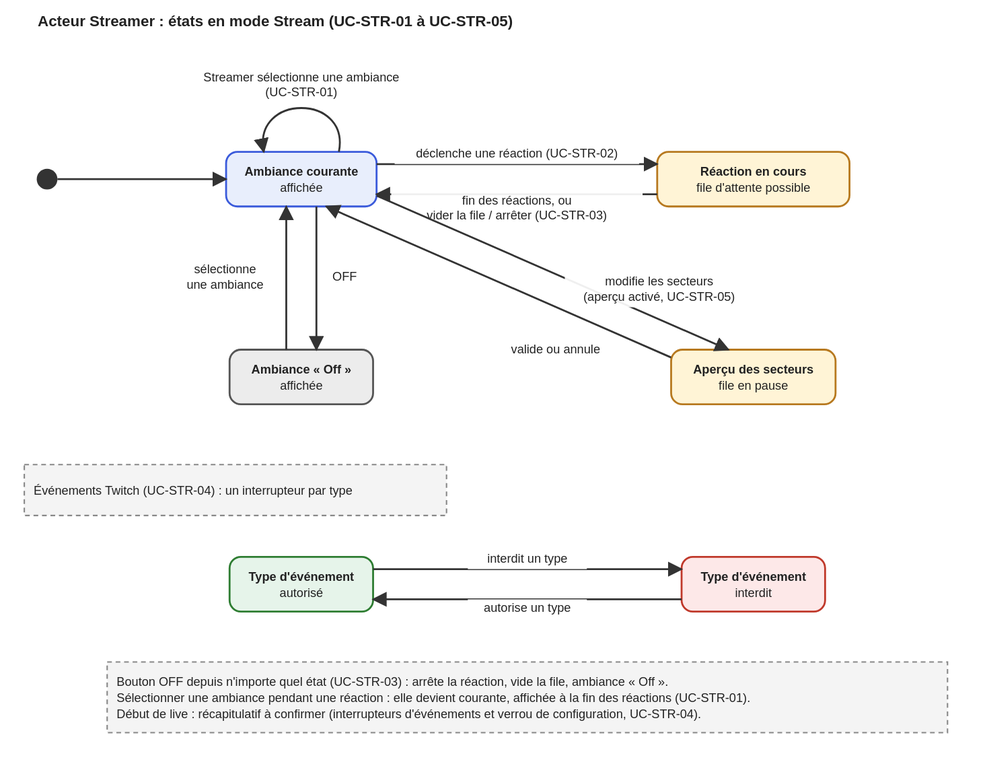
Before: docs/01-besoin/etats-streamer.drawio.svg, a diagram exported from draw.io (Has-san/Starlight). Source tidied: cells renumbered, new cells last; positions are measured from the earlier drawing's top-left corner, leaving out a move shared by most shapes.
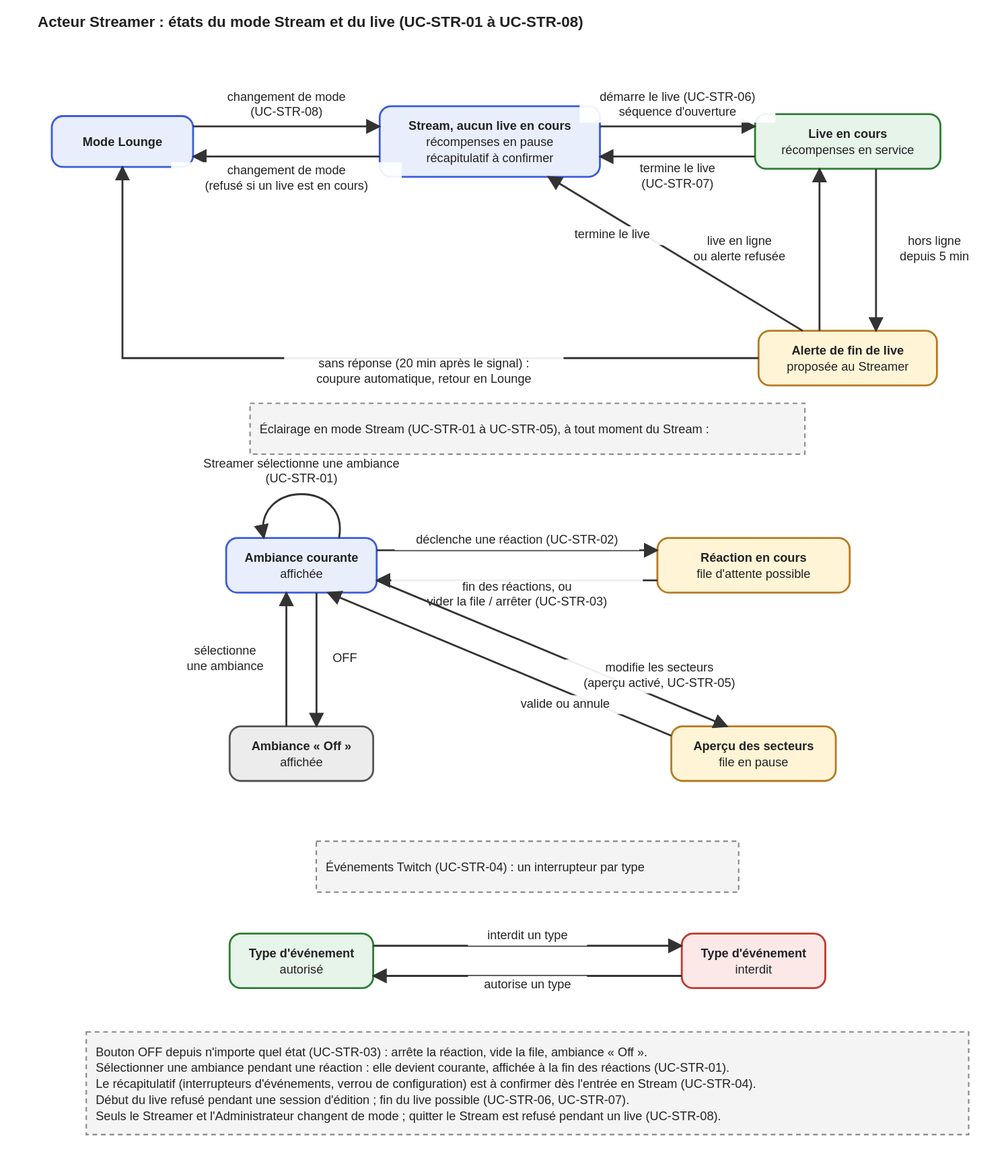
After the commit.

Commit message:
docs: mettre à jour le schéma d'états du Streamer (mode, live, alerte de fin de live)

Claude-Session: https://claude.ai/code/session_019Qt1ZNcs26i7ZgavyR8azT

Change to the diagram source:
```diff
@@ -2,107 +2,174 @@
   <root>
     <mxCell id="0" />
     <mxCell id="1" parent="0" />
-    <mxCell id="2" style="ellipse;fillColor=#333333;strokeColor=#333333;" parent="1" vertex="1">
-      <mxGeometry x="13" y="68" width="22" height="22" as="geometry" />
+    <mxCell id="2" value="Mode Lounge" style="rounded=1;whiteSpace=wrap;html=1;fillColor=#e8eefc;strokeColor=#3b5bdb;strokeWidth=2;fontSize=13;" parent="1" vertex="1">
+      <mxGeometry x="29" y="12" width="150" height="54" as="geometry" />
     </mxCell>
-    <mxCell id="3" value="Ambiance courante&lt;br&gt;affichée" style="rounded=1;whiteSpace=wrap;html=1;fillColor=#e8eefc;strokeColor=#3b5bdb;strokeWidth=2;fontSize=13;" parent="1" vertex="1">
-      <mxGeometry x="214.1" y="50" width="159.8" height="58" as="geometry" />
+    <mxCell id="3" value="Stream, aucun live en cours&lt;br&gt;récompenses en pause&lt;br&gt;récapitulatif à confirmer" style="rounded=1;whiteSpace=wrap;html=1;fillColor=#e8eefc;strokeColor=#3b5bdb;strokeWidth=2;fontSize=13;" parent="1" vertex="1">
+      <mxGeometry x="377.1" y="1.5" width="233.8" height="75" as="geometry" />
     </mxCell>
-    <mxCell id="4" value="Réaction en cours&lt;br&gt;file d'attente possible" style="rounded=1;whiteSpace=wrap;html=1;fillColor=#fff4d6;strokeColor=#b7791f;strokeWidth=2;fontSize=13;" parent="1" vertex="1">
-      <mxGeometry x="671.9" y="50" width="204.2" height="58" as="geometry" />
+    <mxCell id="4" value="Live en cours&lt;br&gt;récompenses en service" style="rounded=1;whiteSpace=wrap;html=1;fillColor=#e6f4ea;strokeColor=#2e7d32;strokeWidth=2;fontSize=13;" parent="1" vertex="1">
+      <mxGeometry x="775.6" y="10" width="196.8" height="58" as="geometry" />
     </mxCell>
-    <mxCell id="5" value="Ambiance « Off »&lt;br&gt;affichée" style="rounded=1;whiteSpace=wrap;html=1;fillColor=#ececec;strokeColor=#555555;strokeWidth=2;fontSize=13;" parent="1" vertex="1">
-      <mxGeometry x="217.8" y="260" width="152.4" height="58" as="geometry" />
+    <mxCell id="5" value="Alerte de fin de live&lt;br&gt;proposée au Streamer" style="rounded=1;whiteSpace=wrap;html=1;fillColor=#fff4d6;strokeColor=#b7791f;strokeWidth=2;fontSize=13;" parent="1" vertex="1">
+      <mxGeometry x="779.3" y="240" width="189.4" height="58" as="geometry" />
     </mxCell>
-    <mxCell id="6" value="Aperçu des secteurs&lt;br&gt;file en pause" style="rounded=1;whiteSpace=wrap;html=1;fillColor=#fff4d6;strokeColor=#b7791f;strokeWidth=2;fontSize=13;" parent="1" vertex="1">
-      <mxGeometry x="686.7" y="260" width="174.6" height="58" as="geometry" />
+    <mxCell id="6" value="Éclairage en mode Stream (UC-STR-01 à UC-STR-05), à tout moment du Stream :" style="rounded=0;dashed=1;align=left;spacingLeft=8;whiteSpace=wrap;html=1;fillColor=#f4f4f4;strokeColor=#888888;strokeWidth=2;fontSize=13;" parent="1" vertex="1">
+      <mxGeometry x="239.5" y="317" width="589" height="54" as="geometry" />
     </mxCell>
-    <mxCell id="7" value="Événements Twitch (UC-STR-04) : un interrupteur par type" style="rounded=0;dashed=1;align=left;spacingLeft=8;whiteSpace=wrap;html=1;fillColor=#f4f4f4;strokeColor=#888888;strokeWidth=2;fontSize=13;" parent="1" vertex="1">
-      <mxGeometry x="-0.2" y="382" width="448.4" height="54" as="geometry" />
+    <mxCell id="7" value="Ambiance courante&lt;br&gt;affichée" style="rounded=1;whiteSpace=wrap;html=1;fillColor=#e8eefc;strokeColor=#3b5bdb;strokeWidth=2;fontSize=13;" parent="1" vertex="1">
+      <mxGeometry x="214.1" y="460" width="159.8" height="58" as="geometry" />
     </mxCell>
-    <mxCell id="8" value="Type d'événement&lt;br&gt;autorisé" style="rounded=1;whiteSpace=wrap;html=1;fillColor=#e6f4ea;strokeColor=#2e7d32;strokeWidth=2;fontSize=13;" parent="1" vertex="1">
-      <mxGeometry x="217.8" y="480" width="152.4" height="58" as="geometry" />
+    <mxCell id="8" value="Réaction en cours&lt;br&gt;file d'attente possible" style="rounded=1;whiteSpace=wrap;html=1;fillColor=#fff4d6;strokeColor=#b7791f;strokeWidth=2;fontSize=13;" parent="1" vertex="1">
+      <mxGeometry x="671.9" y="460" width="204.2" height="58" as="geometry" />
     </mxCell>
-    <mxCell id="9" value="Type d'événement&lt;br&gt;interdit" style="rounded=1;whiteSpace=wrap;html=1;fillColor=#fde8e8;strokeColor=#c0392b;strokeWidth=2;fontSize=13;" parent="1" vertex="1">
-      <mxGeometry x="697.8" y="480" width="152.4" height="58" as="geometry" />
+    <mxCell id="9" value="Ambiance « Off »&lt;br&gt;affichée" style="rounded=1;whiteSpace=wrap;html=1;fillColor=#ececec;strokeColor=#555555;strokeWidth=2;fontSize=13;" parent="1" vertex="1">
+      <mxGeometry x="217.8" y="660" width="152.4" height="58" as="geometry" />
     </mxCell>
-    <mxCell id="10" value="Bouton OFF depuis n'importe quel état (UC-STR-03) : arrête la réaction, vide la file, ambiance « Off ».&lt;br&gt;Sélectionner une ambiance pendant une réaction : elle devient courante, affichée à la fin des réactions (UC-STR-01).&lt;br&gt;Début de live : récapitulatif à confirmer (interrupteurs d'événements et verrou de configuration, UC-STR-04)." style="rounded=0;dashed=1;align=left;spacingLeft=8;whiteSpace=wrap;html=1;fillColor=#f4f4f4;strokeColor=#888888;strokeWidth=2;fontSize=13;" parent="1" vertex="1">
-      <mxGeometry x="87.8" y="591.5" width="892.4" height="75" as="geometry" />
+    <mxCell id="10" value="Aperçu des secteurs&lt;br&gt;file en pause" style="rounded=1;whiteSpace=wrap;html=1;fillColor=#fff4d6;strokeColor=#b7791f;strokeWidth=2;fontSize=13;" parent="1" vertex="1">
+      <mxGeometry x="686.7" y="660" width="174.6" height="58" as="geometry" />
     </mxCell>
-    <mxCell id="11" style="edgeStyle=none;html=1;endArrow=block;strokeWidth=2;fontSize=13;labelBackgroundColor=#ffffff;" parent="1" edge="1" source="2" target="3">
-      <mxGeometry relative="1" as="geometry" />
-    </mxCell>
-    <mxCell id="12" value="Streamer sélectionne une ambiance&lt;br&gt;(UC-STR-01)" style="edgeStyle=none;html=1;endArrow=block;strokeWidth=2;fontSize=13;labelBackgroundColor=#ffffff;" parent="1" edge="1" source="3" target="3">
-      <mxGeometry relative="1" as="geometry">
-        <Array as="points">
-          <mxPoint x="333.9" />
-          <mxPoint x="254.1" />
-        </Array>
-      </mxGeometry>
-    </mxCell>
-    <mxCell id="13" value="déclenche une réaction (UC-STR-02)" style="edgeStyle=none;html=1;endArrow=block;strokeWidth=2;fontSize=13;labelBackgroundColor=#ffffff;" parent="1" edge="1" source="3" target="4">
-      <mxGeometry relative="1" as="geometry">
-        <Array as="points">
-          <mxPoint x="294" y="63" />
-          <mxPoint x="774" y="63" />
-        </Array>
-      </mxGeometry>
-    </mxCell>
-    <mxCell id="14" value="fin des réactions, ou&lt;br&gt;vider la file / arrêter (UC-STR-03)" style="edgeStyle=none;html=1;endArrow=block;strokeWidth=2;fontSize=13;labelBackgroundColor=#ffffff;" parent="1" edge="1" source="4" target="3">
-      <mxGeometry relative="1" as="geometry">
-        <Array as="points">
-          <mxPoint x="774" y="95" />
-          <mxPoint x="294" y="95" />
-        </Array>
-      </mxGeometry>
-    </mxCell>
+    <mxCell id="21" value="Événements Twitch (UC-STR-04) : un interrupteur par type" style="rounded=0;dashed=1;align=left;spacingLeft=8;whiteSpace=wrap;html=1;fillColor=#f4f4f4;strokeColor=#888888;strokeWidth=2;fontSize=13;" parent="1" vertex="1">
+      <mxGeometry x="309.8" y="782" width="448.4" height="54" as="geometry" />
+    </mxCell>
+    <mxCell id="22" value="Type d'événement&lt;br&gt;autorisé" style="rounded=1;whiteSpace=wrap;html=1;fillColor=#e6f4ea;strokeColor=#2e7d32;strokeWidth=2;fontSize=13;" parent="1" vertex="1">
+      <mxGeometry x="217.8" y="880" width="152.4" height="58" as="geometry" />
+    </mxCell>
+    <mxCell id="23" value="Type d'événement&lt;br&gt;interdit" style="rounded=1;whiteSpace=wrap;html=1;fillColor=#fde8e8;strokeColor=#c0392b;strokeWidth=2;fontSize=13;" parent="1" vertex="1">
+      <mxGeometry x="697.8" y="880" width="152.4" height="58" as="geometry" />
+    </mxCell>
+    <mxCell id="24" value="Bouton OFF depuis n'importe quel état (UC-STR-03) : arrête la réaction, vide la file, ambiance « Off ».&lt;br&gt;Sélectionner une ambiance pendant une réaction : elle devient courante, affichée à la fin des réactions (UC-STR-01).&lt;br&gt;Le récapitulatif (interrupteurs d'événements, verrou de configuration) est à confirmer dès l'entrée en Stream (UC-STR-04).&lt;br&gt;Début du live refusé pendant une session d'édition ; fin du live possible (UC-STR-06, UC-STR-07).&lt;br&gt;Seuls le Streamer et l'Administrateur changent de mode ; quitter le Stream est refusé pendant un live (UC-STR-08)." style="rounded=0;dashed=1;align=left;spacingLeft=8;whiteSpace=wrap;html=1;fillColor=#f4f4f4;strokeColor=#888888;strokeWidth=2;fontSize=13;" parent="1" vertex="1">
+      <mxGeometry x="65.6" y="984.5" width="936.8" height="109" as="geometry" />
+    </mxCell>
-    <mxCell id="15" value="OFF" style="edgeStyle=none;html=1;endArrow=block;strokeWidth=2;fontSize=13;labelBackgroundColor=#ffffff;" parent="1" edge="1" source="3" target="5">
+    <mxCell id="15" value="changement de mode&lt;br&gt;(UC-STR-08)" style="edgeStyle=none;html=1;endArrow=block;strokeWidth=2;fontSize=13;labelBackgroundColor=#ffffff;" parent="1" edge="1" source="2" target="3">
       <mxGeometry relative="1" as="geometry">
         <Array as="points">
-          <mxPoint x="310" y="79" />
-          <mxPoint x="310" y="289" />
+          <mxPoint x="104" y="23" />
+          <mxPoint x="494" y="23" />
         </Array>
       </mxGeometry>
     </mxCell>
-    <mxCell id="16" value="sélectionne&lt;br&gt;une ambiance" style="edgeStyle=none;html=1;endArrow=block;strokeWidth=2;fontSize=13;labelBackgroundColor=#ffffff;" parent="1" edge="1" source="5" target="3">
+    <mxCell id="16" value="changement de mode&lt;br&gt;(refusé si un live est en cours)" style="edgeStyle=none;html=1;endArrow=block;strokeWidth=2;fontSize=13;labelBackgroundColor=#ffffff;" parent="1" edge="1" source="3" target="2">
       <mxGeometry relative="1" as="geometry">
         <Array as="points">
-          <mxPoint x="278" y="289" />
-          <mxPoint x="278" y="79" />
+          <mxPoint x="494" y="55" />
+          <mxPoint x="104" y="55" />
         </Array>
       </mxGeometry>
     </mxCell>
-    <mxCell id="17" value="modifie les secteurs&lt;br&gt;(aperçu activé, UC-STR-05)" style="edgeStyle=none;html=1;endArrow=block;strokeWidth=2;fontSize=13;labelBackgroundColor=#ffffff;" parent="1" edge="1" source="3" target="6">
+    <mxCell id="17" value="démarre le live (UC-STR-06)&lt;br&gt;séquence d'ouverture" style="edgeStyle=none;html=1;endArrow=block;strokeWidth=2;fontSize=13;labelBackgroundColor=#ffffff;" parent="1" edge="1" source="3" target="4">
       <mxGeometry relative="1" as="geometry">
         <Array as="points">
-          <mxPoint x="300.4" y="64.3" />
-          <mxPoint x="780.4" y="274.3" />
+          <mxPoint x="494" y="23" />
+          <mxPoint x="874" y="23" />
         </Array>
       </mxGeometry>
     </mxCell>
-    <mxCell id="18" value="valide ou annule" style="edgeStyle=none;html=1;endArrow=block;strokeWidth=2;fontSize=13;labelBackgroundColor=#ffffff;" parent="1" edge="1" source="6" target="3">
+    <mxCell id="18" value="termine le live&lt;br&gt;(UC-STR-07)" style="edgeStyle=none;html=1;endArrow=block;strokeWidth=2;fontSize=13;labelBackgroundColor=#ffffff;" parent="1" edge="1" source="4" target="3">
       <mxGeometry relative="1" as="geometry">
         <Array as="points">
-          <mxPoint x="767.6" y="303.7" />
-          <mxPoint x="287.6" y="93.7" />
+          <mxPoint x="874" y="55" />
+          <mxPoint x="494" y="55" />
         </Array>
       </mxGeometry>
     </mxCell>
-    <mxCell id="19" value="interdit un type" style="edgeStyle=none;html=1;endArrow=block;strokeWidth=2;fontSize=13;labelBackgroundColor=#ffffff;" parent="1" edge="1" source="8" target="9">
+    <mxCell id="19" value="hors ligne&lt;br&gt;depuis 5 min" style="edgeStyle=none;html=1;endArrow=block;strokeWidth=2;fontSize=13;labelBackgroundColor=#ffffff;" parent="1" edge="1" source="4" target="5">
       <mxGeometry relative="1" as="geometry">
         <Array as="points">
-          <mxPoint x="294" y="493" />
-          <mxPoint x="774" y="493" />
+          <mxPoint x="904" y="39" />
+          <mxPoint x="904" y="269" />
         </Array>
       </mxGeometry>
     </mxCell>
-    <mxCell id="20" value="autorise un type" style="edgeStyle=none;html=1;endArrow=block;strokeWidth=2;fontSize=13;labelBackgroundColor=#ffffff;" parent="1" edge="1" source="9" target="8">
+    <mxCell id="20" value="live en ligne&lt;br&gt;ou alerte refusée" style="edgeStyle=none;html=1;endArrow=block;strokeWidth=2;fontSize=13;labelBackgroundColor=#ffffff;" parent="1" edge="1" source="5" target="4">
       <mxGeometry relative="1" as="geometry">
         <Array as="points">
-          <mxPoint x="774" y="525" />
-          <mxPoint x="294" y="525" />
+          <mxPoint x="844" y="269" />
+          <mxPoint x="844" y="39" />
         </Array>
       </mxGeometry>
     </mxCell>
+    <mxCell id="25" value="termine le live" style="edgeStyle=none;html=1;endArrow=block;strokeWidth=2;fontSize=13;labelBackgroundColor=#ffffff;" parent="1" edge="1" source="5" target="3">
+      <mxGeometry relative="1" as="geometry" />
+    </mxCell>
+    <mxCell id="26" value="sans réponse (20 min après le signal) :&lt;br&gt;coupure automatique, retour en Lounge" style="edgeStyle=none;html=1;endArrow=block;strokeWidth=2;fontSize=13;labelBackgroundColor=#ffffff;" parent="1" edge="1" source="5" target="2">
+      <mxGeometry relative="1" as="geometry">
+        <Array as="points">
+          <mxPoint x="104" y="269" />
+        </Array>
+      </mxGeometry>
+    </mxCell>
+    <mxCell id="12" value="Streamer sélectionne une ambiance&lt;br&gt;(UC-STR-01)" style="edgeStyle=none;html=1;endArrow=block;strokeWidth=2;fontSize=13;labelBackgroundColor=#ffffff;" parent="1" edge="1" source="7" target="7">
+      <mxGeometry relative="1" as="geometry">
+        <Array as="points">
+          <mxPoint x="333.9" y="410" />
+          <mxPoint x="254.1" y="410" />
+        </Array>
+      </mxGeometry>
+    </mxCell>
+    <mxCell id="13" value="déclenche une réaction (UC-STR-02)" style="edgeStyle=none;html=1;endArrow=block;strokeWidth=2;fontSize=13;labelBackgroundColor=#ffffff;" parent="1" edge="1" source="7" target="8">
+      <mxGeometry relative="1" as="geometry">
+        <Array as="points">
+          <mxPoint x="294" y="473" />
+          <mxPoint x="774" y="473" />
+        </Array>
+      </mxGeometry>
+    </mxCell>
+    <mxCell id="14" value="fin des réactions, ou&lt;br&gt;vider la file / arrêter (UC-STR-03)" style="edgeStyle=none;html=1;endArrow=block;strokeWidth=2;fontSize=13;labelBackgroundColor=#ffffff;" parent="1" edge="1" source="8" target="7">
+      <mxGeometry relative="1" as="geometry">
+        <Array as="points">
+          <mxPoint x="774" y="505" />
+          <mxPoint x="294" y="505" />
+        </Array>
+      </mxGeometry>
+    </mxCell>
+    <mxCell id="27" value="OFF" style="edgeStyle=none;html=1;endArrow=block;strokeWidth=2;fontSize=13;labelBackgroundColor=#ffffff;" parent="1" edge="1" source="7" target="9">
+      <mxGeometry relative="1" as="geometry">
+        <Array as="points">
+          <mxPoint x="310" y="489" />
+          <mxPoint x="310" y="689" />
+        </Array>
+      </mxGeometry>
+    </mxCell>
+    <mxCell id="28" value="sélectionne&lt;br&gt;une ambiance" style="edgeStyle=none;html=1;endArrow=block;strokeWidth=2;fontSize=13;labelBackgroundColor=#ffffff;" parent="1" edge="1" source="9" target="7">
+      <mxGeometry relative="1" as="geometry">
+        <Array as="points">
+          <mxPoint x="278" y="689" />
+          <mxPoint x="278" y="489" />
+        </Array>
+      </mxGeometry>
+    </mxCell>
+    <mxCell id="29" value="modifie les secteurs&lt;br&gt;(aperçu activé, UC-STR-05)" style="edgeStyle=none;html=1;endArrow=block;strokeWidth=2;fontSize=13;labelBackgroundColor=#ffffff;" parent="1" edge="1" source="7" target="10">
+      <mxGeometry relative="1" as="geometry">
+        <Array as="points">
+          <mxPoint x="300.2" y="474.2" />
+          <mxPoint x="780.2" y="674.2" />
+        </Array>
+      </mxGeometry>
+    </mxCell>
+    <mxCell id="30" value="valide ou annule" style="edgeStyle=none;html=1;endArrow=block;strokeWidth=2;fontSize=13;labelBackgroundColor=#ffffff;" parent="1" edge="1" source="10" target="7">
+      <mxGeometry relative="1" as="geometry">
+        <Array as="points">
+          <mxPoint x="767.8" y="703.8" />
+          <mxPoint x="287.8" y="503.8" />
+        </Array>
+      </mxGeometry>
+    </mxCell>
+    <mxCell id="31" value="interdit un type" style="edgeStyle=none;html=1;endArrow=block;strokeWidth=2;fontSize=13;labelBackgroundColor=#ffffff;" parent="1" edge="1" source="22" target="23">
+      <mxGeometry relative="1" as="geometry">
+        <Array as="points">
+          <mxPoint x="294" y="893" />
+          <mxPoint x="774" y="893" />
+        </Array>
+      </mxGeometry>
+    </mxCell>
+    <mxCell id="32" value="autorise un type" style="edgeStyle=none;html=1;endArrow=block;strokeWidth=2;fontSize=13;labelBackgroundColor=#ffffff;" parent="1" edge="1" source="23" target="22">
+      <mxGeometry relative="1" as="geometry">
+        <Array as="points">
+          <mxPoint x="774" y="925" />
+          <mxPoint x="294" y="925" />
+        </Array>
+      </mxGeometry>
+    </mxCell>
   </root>
 </mxGraphModel>
```
